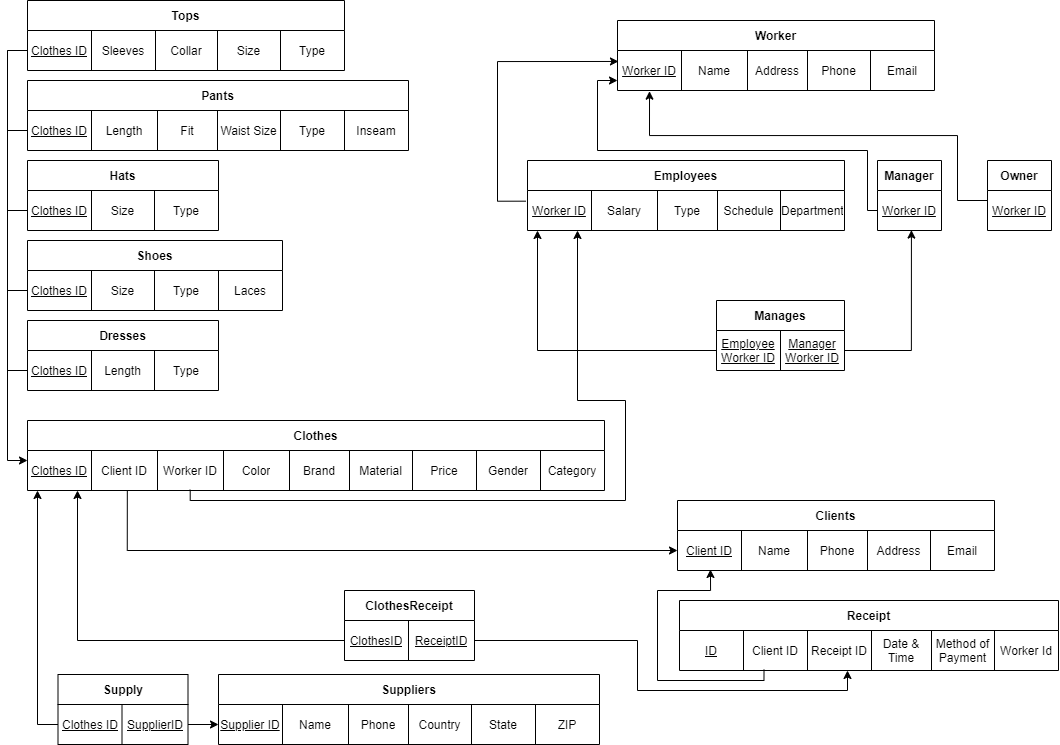
The draw.io diagram images/relational-model.png in cmps277-dbproject/database, before a commit. Source tidied: cells renumbered, new cells last; positions are measured from the earlier drawing's top-left corner, leaving out a move shared by most shapes.
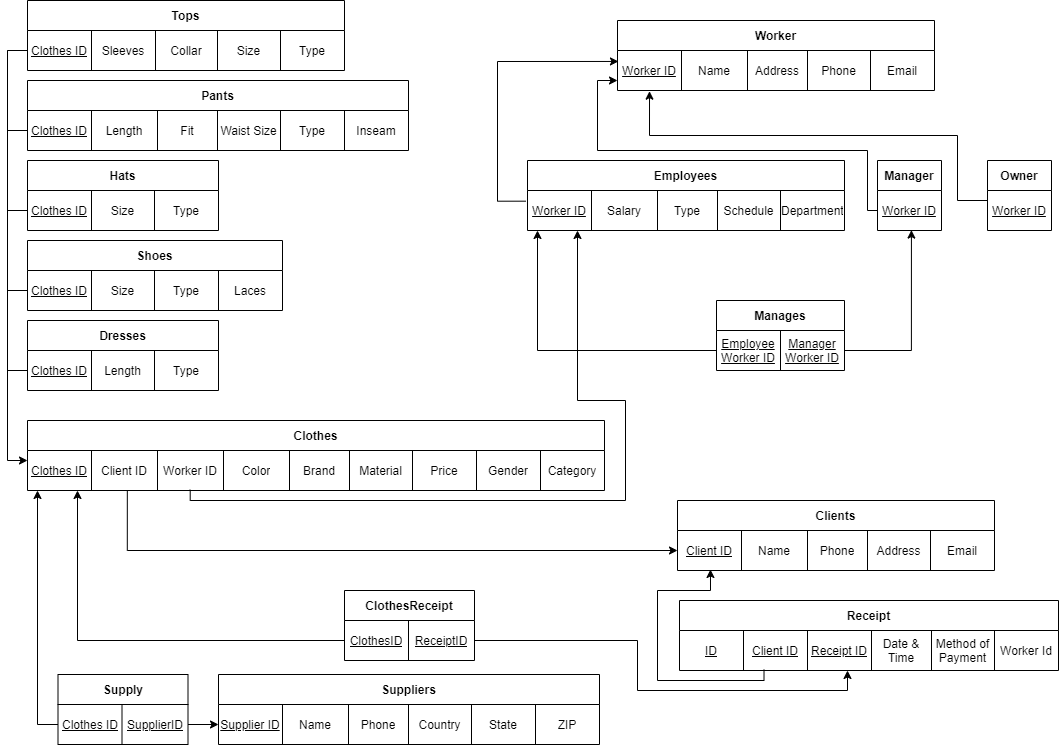
The same file after the commit.

Commit message:
fixed primary keys relational

The edit, as a diff of the source:
```diff
@@ -272,10 +272,10 @@
     <mxCell id="81" value="ID" style="shape=partialRectangle;html=1;whiteSpace=wrap;fillColor=none;top=0;left=0;bottom=0;right=0;overflow=hidden;fontStyle=4;" parent="80" vertex="1">
       <mxGeometry width="64" height="40" as="geometry" />
     </mxCell>
-    <mxCell id="82" value="&lt;span&gt;Client ID&lt;/span&gt;" style="shape=partialRectangle;html=1;whiteSpace=wrap;fillColor=none;top=0;left=0;bottom=0;right=0;overflow=hidden;fontStyle=0;" parent="80" vertex="1">
+    <mxCell id="82" value="&lt;span&gt;Client ID&lt;/span&gt;" style="shape=partialRectangle;html=1;whiteSpace=wrap;fillColor=none;top=0;left=0;bottom=0;right=0;overflow=hidden;fontStyle=4;" parent="80" vertex="1">
       <mxGeometry x="64" width="64" height="40" as="geometry" />
     </mxCell>
-    <mxCell id="83" value="&lt;span&gt;Receipt ID&lt;/span&gt;" style="shape=partialRectangle;html=1;whiteSpace=wrap;fillColor=none;top=0;left=0;bottom=0;right=0;overflow=hidden;fontStyle=0;" parent="80" vertex="1">
+    <mxCell id="83" value="&lt;span&gt;Receipt ID&lt;/span&gt;" style="shape=partialRectangle;html=1;whiteSpace=wrap;fillColor=none;top=0;left=0;bottom=0;right=0;overflow=hidden;fontStyle=4;" parent="80" vertex="1">
       <mxGeometry x="128" width="64" height="40" as="geometry" />
     </mxCell>
     <mxCell id="84" value="Date &amp;amp; Time" style="shape=partialRectangle;html=1;whiteSpace=wrap;fillColor=none;top=0;left=0;bottom=0;right=0;overflow=hidden;" parent="80" vertex="1">
```
